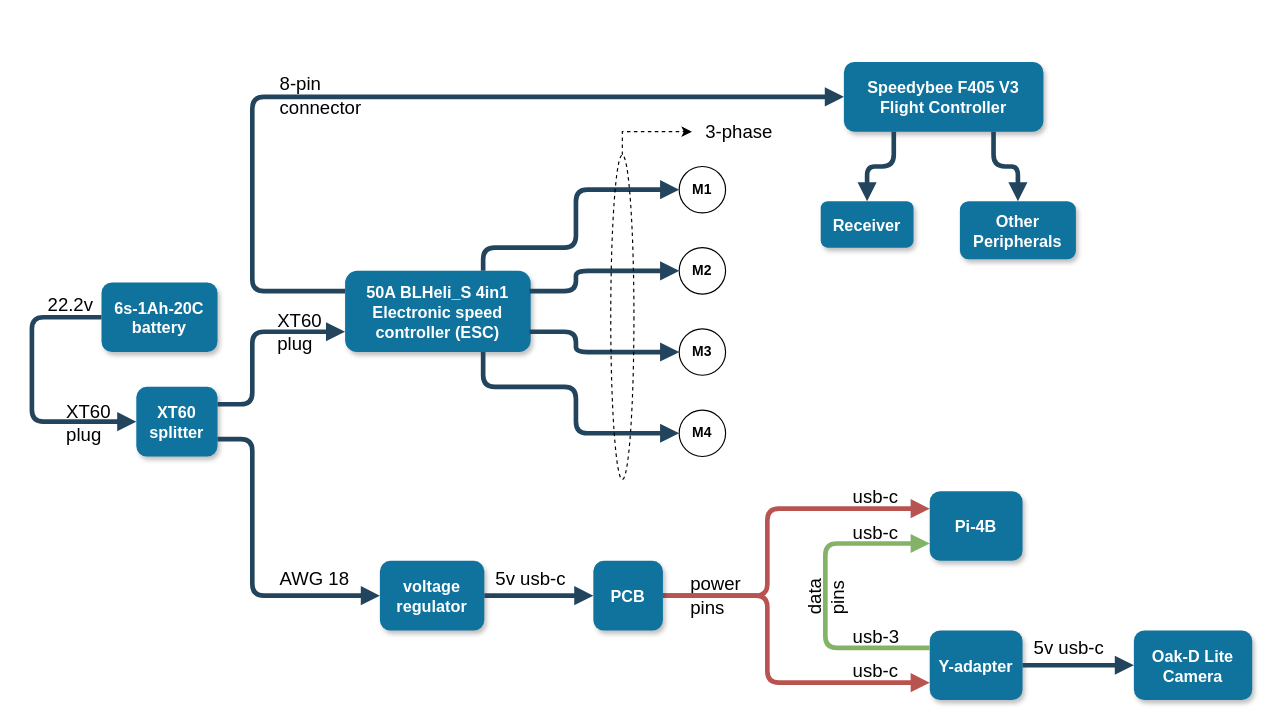
This is electrical-design/wiring-diagram.drawio from MichaelThamm/autonomous-drone, a draw.io file, before an edit. Source tidied: cells renumbered, new cells numbered last; positions are measured from the earlier drawing's top-left corner, leaving out a move shared by most shapes. Both pictures are drawn from the tidied source at 116%, with x=0, y=0 at pixel (20, 20).
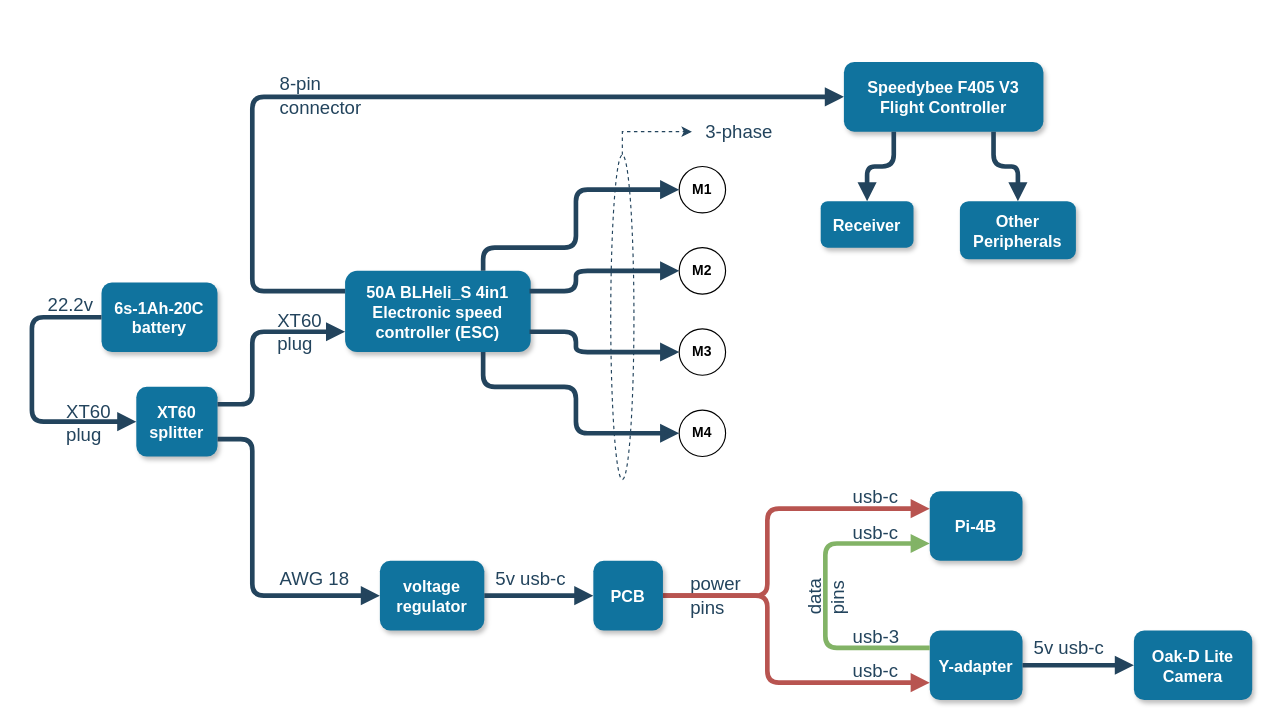
After the change.

Commit message (it also covers changes not shown here):
chore: update wiring diagram png

The edit, as a diff of the source:
```diff
@@
-    <mxCell id="2" value="&lt;font style=&quot;font-size: 16px;&quot;&gt;8-pin&lt;br&gt;connector&lt;br&gt;&lt;/font&gt;" style="edgeLabel;html=1;align=left;verticalAlign=middle;labelBackgroundColor=none;" parent="1" vertex="1">
+    <mxCell id="2" value="&lt;font style=&quot;font-size: 16px;&quot;&gt;8-pin&lt;br&gt;connector&lt;br&gt;&lt;/font&gt;" style="edgeLabel;html=1;align=left;verticalAlign=middle;labelBackgroundColor=none;fontColor=#23445D;" parent="1" vertex="1">
       <mxGeometry x="200" as="geometry">
         <mxPoint x="22" y="64" as="offset" />
       </mxGeometry>
     </mxCell>
-    <mxCell id="3" value="&lt;font style=&quot;font-size: 16px;&quot;&gt;XT60&lt;br&gt;plug&lt;br&gt;&lt;/font&gt;" style="edgeLabel;html=1;align=left;verticalAlign=middle;labelBackgroundColor=none;" parent="1" vertex="1">
+    <mxCell id="3" value="&lt;font style=&quot;font-size: 16px;&quot;&gt;XT60&lt;br&gt;plug&lt;br&gt;&lt;/font&gt;" style="edgeLabel;html=1;align=left;verticalAlign=middle;labelBackgroundColor=none;fontColor=#23445D;" parent="1" vertex="1">
       <mxGeometry x="198" y="204" as="geometry">
         <mxPoint x="22" y="64" as="offset" />
       </mxGeometry>
     </mxCell>
-    <mxCell id="4" value="&lt;font style=&quot;font-size: 16px;&quot;&gt;XT60&lt;br&gt;plug&lt;br&gt;&lt;/font&gt;" style="edgeLabel;html=1;align=left;verticalAlign=middle;labelBackgroundColor=none;" parent="1" vertex="1">
+    <mxCell id="4" value="&lt;font style=&quot;font-size: 16px;&quot;&gt;XT60&lt;br&gt;plug&lt;br&gt;&lt;/font&gt;" style="edgeLabel;html=1;align=left;verticalAlign=middle;labelBackgroundColor=none;fontColor=#23445D;" parent="1" vertex="1">
       <mxGeometry x="16" y="282" as="geometry">
         <mxPoint x="22" y="64" as="offset" />
       </mxGeometry>
     </mxCell>
-    <mxCell id="5" value="&lt;span style=&quot;font-size: 16px;&quot;&gt;usb-c&lt;/span&gt;" style="edgeLabel;html=1;align=left;verticalAlign=middle;labelBackgroundColor=none;" parent="1" vertex="1">
+    <mxCell id="5" value="&lt;span style=&quot;font-size: 16px;&quot;&gt;usb-c&lt;/span&gt;" style="edgeLabel;html=1;align=left;verticalAlign=middle;labelBackgroundColor=none;fontColor=#23445D;" parent="1" vertex="1">
       <mxGeometry x="694" y="377" as="geometry">
         <mxPoint x="22" y="64" as="offset" />
       </mxGeometry>
     </mxCell>
-    <mxCell id="6" value="&lt;span style=&quot;font-size: 16px;&quot;&gt;usb-c&lt;/span&gt;" style="edgeLabel;html=1;align=left;verticalAlign=middle;labelBackgroundColor=none;" parent="1" vertex="1">
+    <mxCell id="6" value="&lt;span style=&quot;font-size: 16px;&quot;&gt;usb-c&lt;/span&gt;" style="edgeLabel;html=1;align=left;verticalAlign=middle;labelBackgroundColor=none;fontColor=#23445D;" parent="1" vertex="1">
       <mxGeometry x="694" y="346" as="geometry">
         <mxPoint x="22" y="64" as="offset" />
       </mxGeometry>
     </mxCell>
-    <mxCell id="7" value="&lt;span style=&quot;font-size: 16px;&quot;&gt;usb-3&lt;/span&gt;" style="edgeLabel;html=1;align=left;verticalAlign=middle;labelBackgroundColor=none;" parent="1" vertex="1">
+    <mxCell id="7" value="&lt;span style=&quot;font-size: 16px;&quot;&gt;usb-3&lt;/span&gt;" style="edgeLabel;html=1;align=left;verticalAlign=middle;labelBackgroundColor=none;fontColor=#23445D;" parent="1" vertex="1">
       <mxGeometry x="694" y="466" as="geometry">
         <mxPoint x="22" y="64" as="offset" />
       </mxGeometry>
     </mxCell>
-    <mxCell id="8" value="&lt;font style=&quot;font-size: 16px;&quot;&gt;22.2v&lt;/font&gt;" style="edgeLabel;html=1;align=left;verticalAlign=middle;labelBackgroundColor=none;" parent="1" vertex="1">
+    <mxCell id="8" value="&lt;font style=&quot;font-size: 16px;&quot;&gt;22.2v&lt;/font&gt;" style="edgeLabel;html=1;align=left;verticalAlign=middle;labelBackgroundColor=none;fontColor=#23445D;" parent="1" vertex="1">
       <mxGeometry y="180" as="geometry">
         <mxPoint x="22" y="64" as="offset" />
       </mxGeometry>
     </mxCell>
-    <mxCell id="9" value="&lt;font style=&quot;font-size: 16px;&quot;&gt;data&lt;br&gt;pins&lt;br&gt;&lt;/font&gt;" style="edgeLabel;html=1;align=left;verticalAlign=middle;horizontal=0;labelBackgroundColor=none;" parent="1" vertex="1">
+    <mxCell id="9" value="&lt;font style=&quot;font-size: 16px;&quot;&gt;data&lt;br&gt;pins&lt;br&gt;&lt;/font&gt;" style="edgeLabel;html=1;align=left;verticalAlign=middle;horizontal=0;labelBackgroundColor=none;fontColor=#23445D;" parent="1" vertex="1">
       <mxGeometry x="672" y="579" as="geometry">
         <mxPoint x="22" y="64" as="offset" />
       </mxGeometry>
     </mxCell>
-    <mxCell id="10" value="&lt;font style=&quot;font-size: 16px;&quot;&gt;power&lt;br&gt;pins&lt;br&gt;&lt;/font&gt;" style="edgeLabel;html=1;align=left;verticalAlign=middle;labelBackgroundColor=none;" parent="1" vertex="1">
+    <mxCell id="10" value="&lt;font style=&quot;font-size: 16px;&quot;&gt;power&lt;br&gt;pins&lt;br&gt;&lt;/font&gt;" style="edgeLabel;html=1;align=left;verticalAlign=middle;labelBackgroundColor=none;fontColor=#23445D;" parent="1" vertex="1">
       <mxGeometry x="554" y="431" as="geometry">
         <mxPoint x="22" y="64" as="offset" />
       </mxGeometry>
     </mxCell>
-    <mxCell id="11" value="&lt;span style=&quot;font-size: 16px;&quot;&gt;usb-c&lt;/span&gt;" style="edgeLabel;html=1;align=left;verticalAlign=middle;labelBackgroundColor=none;" parent="1" vertex="1">
+    <mxCell id="11" value="&lt;span style=&quot;font-size: 16px;&quot;&gt;usb-c&lt;/span&gt;" style="edgeLabel;html=1;align=left;verticalAlign=middle;labelBackgroundColor=none;fontColor=#23445D;" parent="1" vertex="1">
       <mxGeometry x="694" y="496" as="geometry">
         <mxPoint x="22" y="64" as="offset" />
       </mxGeometry>
     </mxCell>
@@
-    <mxCell id="22" value="&lt;font style=&quot;font-size: 16px;&quot;&gt;5v usb-c&lt;/font&gt;" style="edgeLabel;html=1;align=left;verticalAlign=middle;labelBackgroundColor=none;" parent="1" vertex="1">
+    <mxCell id="22" value="&lt;font style=&quot;font-size: 16px;&quot;&gt;5v usb-c&lt;/font&gt;" style="edgeLabel;html=1;align=left;verticalAlign=middle;labelBackgroundColor=none;fontColor=#23445D;" parent="1" vertex="1">
       <mxGeometry x="386" y="416" as="geometry">
         <mxPoint x="22" y="64" as="offset" />
       </mxGeometry>
     </mxCell>
@@
-    <mxCell id="28" value="&lt;font style=&quot;font-size: 16px;&quot;&gt;5v usb-c&lt;/font&gt;" style="edgeLabel;html=1;align=left;verticalAlign=middle;labelBackgroundColor=none;" parent="1" vertex="1">
+    <mxCell id="28" value="&lt;font style=&quot;font-size: 16px;&quot;&gt;5v usb-c&lt;/font&gt;" style="edgeLabel;html=1;align=left;verticalAlign=middle;labelBackgroundColor=none;fontColor=#23445D;" parent="1" vertex="1">
       <mxGeometry x="850" y="476" as="geometry">
         <mxPoint x="22" y="64" as="offset" />
       </mxGeometry>
     </mxCell>
@@
-    <mxCell id="37" style="edgeStyle=elbowEdgeStyle;rounded=0;jettySize=auto;html=1;exitX=0.5;exitY=0;exitDx=0;exitDy=0;dashed=1;" parent="1" edge="1" source="38">
+    <mxCell id="37" style="edgeStyle=elbowEdgeStyle;rounded=0;jettySize=auto;html=1;exitX=0.5;exitY=0;exitDx=0;exitDy=0;dashed=1;strokeColor=#23445D;fontColor=#23445D;" parent="1" edge="1" source="38">
       <mxGeometry relative="1" as="geometry">
         <mxPoint x="579" y="96" as="targetPoint" />
         <Array as="points">
           <mxPoint x="519" y="106" />
         </Array>
       </mxGeometry>
     </mxCell>
-    <mxCell id="38" style="ellipse;whiteSpace=wrap;html=1;strokeColor=default;fillColor=none;dashed=1;" parent="1" vertex="1">
+    <mxCell id="38" style="ellipse;whiteSpace=wrap;html=1;strokeColor=#23445D;fillColor=none;dashed=1;fontColor=#23445D;" parent="1" vertex="1">
       <mxGeometry x="509" y="116" width="20" height="280" as="geometry" />
     </mxCell>
-    <mxCell id="39" value="&lt;font style=&quot;font-size: 16px;&quot;&gt;3-phase&lt;/font&gt;" style="edgeLabel;html=1;align=left;verticalAlign=middle;labelBackgroundColor=none;" parent="1" vertex="1">
+    <mxCell id="39" value="&lt;font style=&quot;font-size: 16px;&quot;&gt;3-phase&lt;/font&gt;" style="edgeLabel;html=1;align=left;verticalAlign=middle;labelBackgroundColor=none;fontColor=#23445D;" parent="1" vertex="1">
       <mxGeometry x="567" y="31" as="geometry">
         <mxPoint x="22" y="64" as="offset" />
       </mxGeometry>
     </mxCell>
@@
-    <mxCell id="42" value="&lt;font style=&quot;font-size: 16px;&quot;&gt;AWG 18&lt;/font&gt;" style="edgeLabel;html=1;align=left;verticalAlign=middle;labelBackgroundColor=none;" parent="1" vertex="1">
+    <mxCell id="42" value="&lt;font style=&quot;font-size: 16px;&quot;&gt;AWG 18&lt;/font&gt;" style="edgeLabel;html=1;align=left;verticalAlign=middle;labelBackgroundColor=none;fontColor=#23445D;" parent="1" vertex="1">
       <mxGeometry x="200" y="416" as="geometry">
         <mxPoint x="22" y="64" as="offset" />
       </mxGeometry>
     </mxCell>
```
